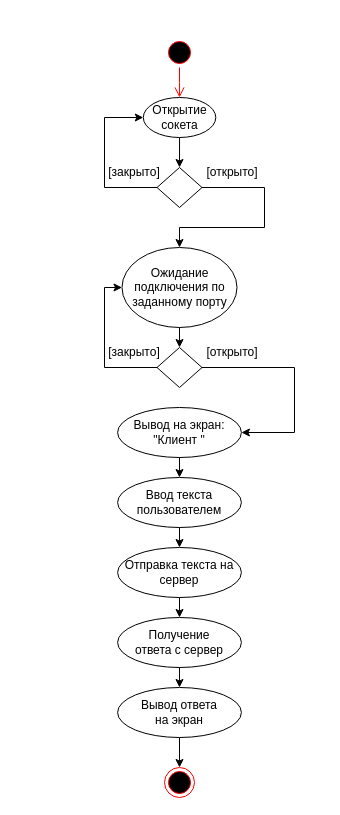
Above: Системное программирование/КР/1.drawio in eldarian-1/pstu (draw.io), before the change. Source tidied: cells renumbered, new cells numbered last; positions are measured from the earlier drawing's top-left corner, leaving out a move shared by most shapes. Both pictures are drawn from the tidied source at 100%, with x=0, y=0 at pixel (104, 37).
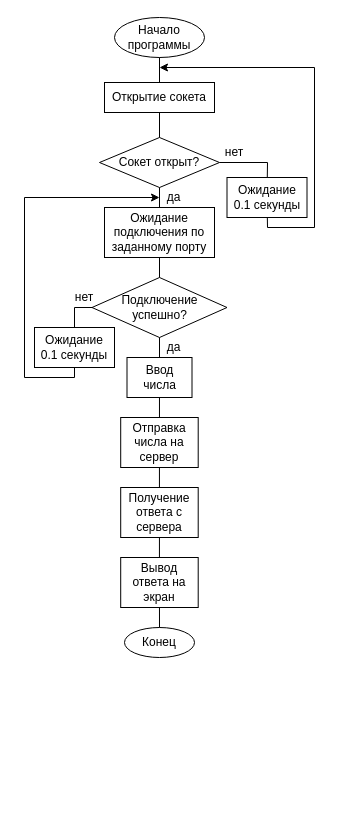
After the change.

The edit, as a diff of the source:
```diff
@@
-    <mxCell id="2" style="ellipse;html=1;shape=startState;fillColor=#000000;strokeColor=#ff0000;" parent="1" vertex="1">
-      <mxGeometry x="60" width="30" height="30" as="geometry" />
-    </mxCell>
-    <mxCell id="3" style="edgeStyle=orthogonalEdgeStyle;html=1;verticalAlign=bottom;endArrow=open;endSize=8;strokeColor=#ff0000;rounded=0;" parent="1" edge="1" source="2" target="4">
-      <mxGeometry relative="1" as="geometry" />
-    </mxCell>
+    <mxCell id="29" value="нет" style="text;html=1;strokeColor=none;fillColor=none;align=center;verticalAlign=middle;whiteSpace=wrap;rounded=0;" parent="1" vertex="1">
+      <mxGeometry x="115" y="110" width="30" height="10" as="geometry" />
+    </mxCell>
+    <mxCell id="30" value="&lt;div&gt;Начало&lt;/div&gt;&lt;div&gt;программы&lt;/div&gt;" style="ellipse;whiteSpace=wrap;html=1;" parent="1" vertex="1">
+      <mxGeometry x="10" y="-20" width="90" height="40" as="geometry" />
+    </mxCell>
-    <mxCell id="4" value="&lt;div&gt;Открытие&lt;/div&gt;&lt;div&gt;сокета&lt;/div&gt;" style="ellipse;whiteSpace=wrap;html=1;" parent="1" vertex="1">
-      <mxGeometry x="38.8" y="60" width="72.5" height="40" as="geometry" />
+    <mxCell id="4" value="Открытие сокета" style="rounded=0;whiteSpace=wrap;html=1;" parent="1" vertex="1">
+      <mxGeometry y="45" width="110" height="30" as="geometry" />
     </mxCell>
-    <mxCell id="5" style="rhombus;whiteSpace=wrap;html=1;" parent="1" vertex="1">
-      <mxGeometry x="52.5" y="130" width="45" height="40" as="geometry" />
-    </mxCell>
-    <mxCell id="6" style="endArrow=classic;html=1;rounded=0;" parent="1" edge="1" source="4" target="5">
-      <mxGeometry relative="1" as="geometry" />
-    </mxCell>
-    <mxCell id="7" style="endArrow=classic;html=1;rounded=0;jumpStyle=none;jumpSize=6;elbow=vertical;strokeWidth=1;" parent="1" edge="1" source="5" target="13">
-      <mxGeometry relative="1" as="geometry">
-        <Array as="points">
-          <mxPoint x="160" y="150" />
-          <mxPoint x="160" y="190" />
-          <mxPoint x="75" y="190" />
-        </Array>
-      </mxGeometry>
-    </mxCell>
-    <mxCell id="8" value="[открыто]" style="text;html=1;strokeColor=none;fillColor=none;align=center;verticalAlign=middle;whiteSpace=wrap;rounded=0;" parent="1" vertex="1">
-      <mxGeometry x="97.5" y="120" width="60" height="30" as="geometry" />
-    </mxCell>
-    <mxCell id="9" style="endArrow=classic;html=1;rounded=0;" parent="1" edge="1" source="5" target="4">
-      <mxGeometry relative="1" as="geometry">
-        <Array as="points">
-          <mxPoint y="150" />
-          <mxPoint y="80" />
-        </Array>
-      </mxGeometry>
-    </mxCell>
-    <mxCell id="10" value="[закрыто]" style="text;html=1;strokeColor=none;fillColor=none;align=center;verticalAlign=middle;whiteSpace=wrap;rounded=0;" parent="1" vertex="1">
-      <mxGeometry y="120" width="60" height="30" as="geometry" />
-    </mxCell>
-    <mxCell id="11" style="ellipse;html=1;shape=endState;fillColor=#000000;strokeColor=#ff0000;" parent="1" vertex="1">
-      <mxGeometry x="60" y="730" width="30" height="30" as="geometry" />
-    </mxCell>
-    <mxCell id="12" style="endArrow=classic;html=1;rounded=0;" parent="1" edge="1" source="26" target="11">
-      <mxGeometry relative="1" as="geometry" />
-    </mxCell>
+    <mxCell id="31" style="endArrow=none;html=1;rounded=0;" parent="1" edge="1" source="4" target="30">
+      <mxGeometry relative="1" as="geometry" />
+    </mxCell>
+    <mxCell id="32" value="Сокет открыт?" style="rhombus;whiteSpace=wrap;html=1;" parent="1" vertex="1">
+      <mxGeometry x="-5" y="100" width="120" height="50" as="geometry" />
+    </mxCell>
+    <mxCell id="33" style="endArrow=none;html=1;rounded=0;" parent="1" edge="1" source="32" target="4">
+      <mxGeometry relative="1" as="geometry" />
+    </mxCell>
+    <mxCell id="34" style="endArrow=classic;html=1;rounded=0;" parent="1" edge="1" source="52">
+      <mxGeometry relative="1" as="geometry">
+        <mxPoint x="55" y="30" as="targetPoint" />
+        <Array as="points">
+          <mxPoint x="163" y="190" />
+          <mxPoint x="210" y="190" />
+          <mxPoint x="210" y="30" />
+        </Array>
+      </mxGeometry>
+    </mxCell>
-    <mxCell id="13" value="Ожидание подключения по заданному порту" style="ellipse;whiteSpace=wrap;html=1;" parent="1" vertex="1">
-      <mxGeometry x="17.5" y="210" width="115" height="80" as="geometry" />
+    <mxCell id="13" value="Ожидание подключения по заданному порту" style="rounded=0;whiteSpace=wrap;html=1;" parent="1" vertex="1">
+      <mxGeometry y="170" width="110" height="50" as="geometry" />
     </mxCell>
-    <mxCell id="14" style="rhombus;whiteSpace=wrap;html=1;" parent="1" vertex="1">
-      <mxGeometry x="52.5" y="310" width="45" height="40" as="geometry" />
-    </mxCell>
-    <mxCell id="15" style="endArrow=classic;html=1;rounded=0;jumpStyle=none;jumpSize=6;elbow=vertical;strokeWidth=1;" parent="1" edge="1" source="14" target="19">
-      <mxGeometry relative="1" as="geometry">
-        <Array as="points">
-          <mxPoint x="190" y="330" />
-          <mxPoint x="190" y="395" />
-        </Array>
-      </mxGeometry>
-    </mxCell>
-    <mxCell id="16" value="[открыто]" style="text;html=1;strokeColor=none;fillColor=none;align=center;verticalAlign=middle;whiteSpace=wrap;rounded=0;" parent="1" vertex="1">
-      <mxGeometry x="97.5" y="300" width="60" height="30" as="geometry" />
-    </mxCell>
-    <mxCell id="17" style="endArrow=classic;html=1;rounded=0;" parent="1" edge="1" source="14" target="13">
-      <mxGeometry relative="1" as="geometry">
-        <Array as="points">
-          <mxPoint y="330" />
-          <mxPoint y="250" />
-        </Array>
-      </mxGeometry>
-    </mxCell>
-    <mxCell id="18" value="[закрыто]" style="text;html=1;strokeColor=none;fillColor=none;align=center;verticalAlign=middle;whiteSpace=wrap;rounded=0;" parent="1" vertex="1">
-      <mxGeometry y="300" width="60" height="30" as="geometry" />
-    </mxCell>
-    <mxCell id="19" value="&lt;div&gt;Вывод на экран:&lt;/div&gt;&lt;div&gt;&quot;Клиент &quot;&lt;br&gt;&lt;/div&gt;" style="ellipse;whiteSpace=wrap;html=1;" parent="1" vertex="1">
-      <mxGeometry x="13.1" y="370" width="123.8" height="50" as="geometry" />
-    </mxCell>
-    <mxCell id="20" value="&lt;div&gt;Ввод текста пользователем&lt;br&gt;&lt;/div&gt;" style="ellipse;whiteSpace=wrap;html=1;" parent="1" vertex="1">
-      <mxGeometry x="13.1" y="440" width="123.8" height="50" as="geometry" />
-    </mxCell>
-    <mxCell id="21" style="endArrow=classic;html=1;rounded=0;" parent="1" edge="1" source="19" target="20">
-      <mxGeometry relative="1" as="geometry" />
-    </mxCell>
-    <mxCell id="22" value="Отправка текста на сервер" style="ellipse;whiteSpace=wrap;html=1;" parent="1" vertex="1">
-      <mxGeometry x="13.1" y="510" width="123.8" height="50" as="geometry" />
-    </mxCell>
-    <mxCell id="23" value="&lt;div&gt;Получение&lt;/div&gt;&lt;div&gt;ответа с сервер&lt;/div&gt;" style="ellipse;whiteSpace=wrap;html=1;" parent="1" vertex="1">
-      <mxGeometry x="13.1" y="580" width="123.8" height="50" as="geometry" />
-    </mxCell>
-    <mxCell id="24" style="endArrow=classic;html=1;rounded=0;" parent="1" edge="1" source="20" target="22">
-      <mxGeometry relative="1" as="geometry" />
-    </mxCell>
-    <mxCell id="25" style="endArrow=classic;html=1;rounded=0;" parent="1" edge="1" source="22" target="23">
-      <mxGeometry relative="1" as="geometry" />
-    </mxCell>
+    <mxCell id="35" style="endArrow=none;html=1;rounded=0;" parent="1" edge="1" source="13" target="32">
+      <mxGeometry relative="1" as="geometry" />
+    </mxCell>
+    <mxCell id="36" value="да" style="text;html=1;strokeColor=none;fillColor=none;align=center;verticalAlign=middle;whiteSpace=wrap;rounded=0;" parent="1" vertex="1">
+      <mxGeometry x="60" y="150" width="19" height="20" as="geometry" />
+    </mxCell>
+    <mxCell id="37" value="Подключение успешно?" style="rhombus;whiteSpace=wrap;html=1;" parent="1" vertex="1">
+      <mxGeometry x="-12.5" y="240" width="135" height="60" as="geometry" />
+    </mxCell>
+    <mxCell id="38" style="endArrow=none;html=1;rounded=0;" parent="1" edge="1" source="37" target="13">
+      <mxGeometry relative="1" as="geometry" />
+    </mxCell>
+    <mxCell id="39" style="endArrow=classic;html=1;rounded=0;" parent="1" edge="1" source="50">
+      <mxGeometry relative="1" as="geometry">
+        <mxPoint x="55" y="160" as="targetPoint" />
+        <Array as="points">
+          <mxPoint x="-30" y="340" />
+          <mxPoint x="-80" y="340" />
+          <mxPoint x="-80" y="160" />
+        </Array>
+      </mxGeometry>
+    </mxCell>
+    <mxCell id="40" value="нет" style="text;html=1;strokeColor=none;fillColor=none;align=center;verticalAlign=middle;whiteSpace=wrap;rounded=0;" parent="1" vertex="1">
+      <mxGeometry x="-35" y="250" width="30" height="20" as="geometry" />
+    </mxCell>
+    <mxCell id="41" value="Ввод числа" style="rounded=0;whiteSpace=wrap;html=1;" parent="1" vertex="1">
+      <mxGeometry x="22.5" y="320" width="65" height="40" as="geometry" />
+    </mxCell>
+    <mxCell id="42" style="endArrow=none;html=1;rounded=0;" parent="1" edge="1" source="41" target="37">
+      <mxGeometry relative="1" as="geometry" />
+    </mxCell>
+    <mxCell id="43" value="Отправка числа на сервер" style="rounded=0;whiteSpace=wrap;html=1;" parent="1" vertex="1">
+      <mxGeometry x="16.2" y="380" width="77.5" height="50" as="geometry" />
+    </mxCell>
+    <mxCell id="44" style="endArrow=none;html=1;rounded=0;" parent="1" edge="1" source="43" target="41">
+      <mxGeometry relative="1" as="geometry" />
+    </mxCell>
+    <mxCell id="45" value="Получение ответа с сервера" style="rounded=0;whiteSpace=wrap;html=1;" parent="1" vertex="1">
+      <mxGeometry x="16.2" y="450" width="77.5" height="50" as="geometry" />
+    </mxCell>
+    <mxCell id="46" style="endArrow=none;html=1;rounded=0;" parent="1" edge="1" source="45" target="43">
+      <mxGeometry relative="1" as="geometry" />
+    </mxCell>
-    <mxCell id="26" value="&lt;div&gt;Вывод ответа&lt;/div&gt;&lt;div&gt;на экран&lt;/div&gt;" style="ellipse;whiteSpace=wrap;html=1;" parent="1" vertex="1">
-      <mxGeometry x="13.1" y="650" width="123.8" height="50" as="geometry" />
+    <mxCell id="26" value="Вывод ответа на экран" style="rounded=0;whiteSpace=wrap;html=1;" parent="1" vertex="1">
+      <mxGeometry x="16.2" y="520" width="77.5" height="50" as="geometry" />
     </mxCell>
-    <mxCell id="27" style="endArrow=classic;html=1;rounded=0;" parent="1" edge="1" source="23" target="26">
-      <mxGeometry relative="1" as="geometry" />
-    </mxCell>
-    <mxCell id="28" style="endArrow=classic;html=1;rounded=0;" parent="1" edge="1" source="13" target="14">
-      <mxGeometry relative="1" as="geometry" />
-    </mxCell>
+    <mxCell id="47" style="endArrow=none;html=1;rounded=0;" parent="1" edge="1" source="26" target="45">
+      <mxGeometry relative="1" as="geometry" />
+    </mxCell>
+    <mxCell id="48" value="Конец" style="ellipse;whiteSpace=wrap;html=1;" parent="1" vertex="1">
+      <mxGeometry x="20" y="590" width="70" height="30" as="geometry" />
+    </mxCell>
+    <mxCell id="49" style="endArrow=none;html=1;rounded=0;" parent="1" edge="1" source="48" target="26">
+      <mxGeometry relative="1" as="geometry" />
+    </mxCell>
+    <mxCell id="50" value="&lt;div&gt;Ожидание&lt;/div&gt;&lt;div&gt;0.1 секунды&lt;br&gt;&lt;/div&gt;" style="rounded=0;whiteSpace=wrap;html=1;" parent="1" vertex="1">
+      <mxGeometry x="-70" y="290" width="80" height="40" as="geometry" />
+    </mxCell>
+    <mxCell id="51" style="endArrow=none;html=1;rounded=0;" parent="1" edge="1" source="50" target="37">
+      <mxGeometry relative="1" as="geometry">
+        <Array as="points">
+          <mxPoint x="-30" y="270" />
+        </Array>
+      </mxGeometry>
+    </mxCell>
+    <mxCell id="52" value="&lt;div&gt;Ожидание&lt;/div&gt;&lt;div&gt;0.1 секунды&lt;br&gt;&lt;/div&gt;" style="rounded=0;whiteSpace=wrap;html=1;" parent="1" vertex="1">
+      <mxGeometry x="122.5" y="140" width="80" height="40" as="geometry" />
+    </mxCell>
+    <mxCell id="53" style="endArrow=none;html=1;rounded=0;" parent="1" edge="1" source="52" target="32">
+      <mxGeometry relative="1" as="geometry">
+        <Array as="points">
+          <mxPoint x="163" y="125" />
+        </Array>
+      </mxGeometry>
+    </mxCell>
+    <mxCell id="54" value="да" style="text;html=1;strokeColor=none;fillColor=none;align=center;verticalAlign=middle;whiteSpace=wrap;rounded=0;" parent="1" vertex="1">
+      <mxGeometry x="60" y="300" width="19" height="20" as="geometry" />
+    </mxCell>
```
